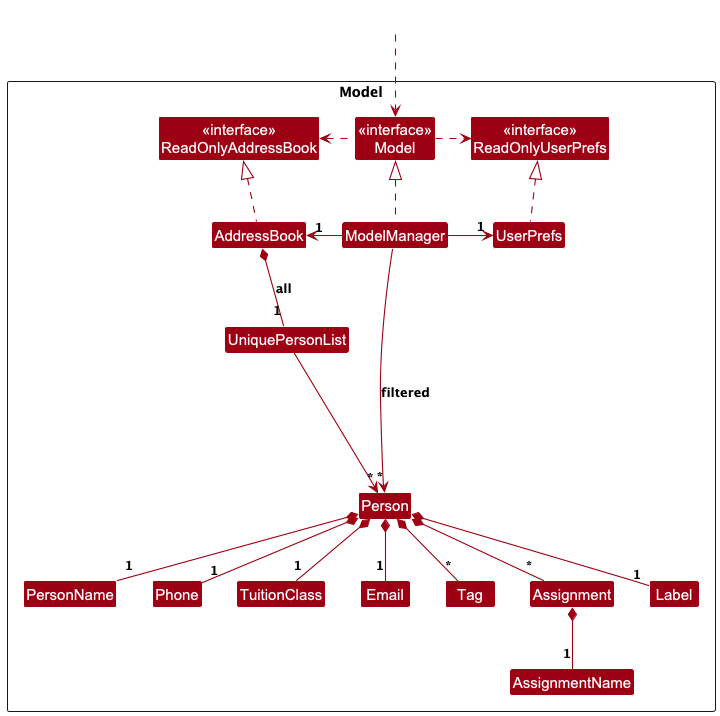
Above: docs/images/ModelClassDiagram.png in AY2526S1-CS2103T-W14-1/tp (PlantUML), before the change.
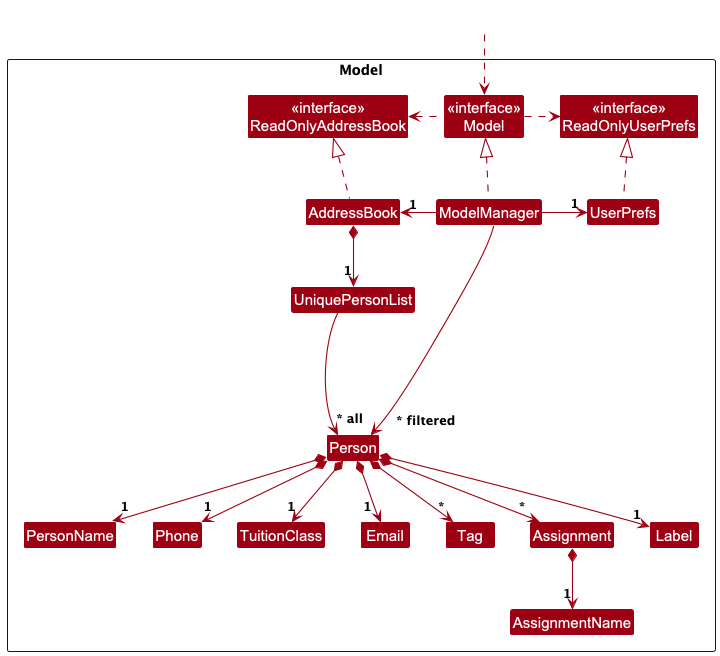
The same diagram one commit later.

Change to the diagram source:
```diff
@@ -35,22 +35,34 @@
 ModelManager -right-> "1" UserPrefs
 UserPrefs .up.|> ReadOnlyUserPrefs
 
-AddressBook *-- "1" UniquePersonList : all
-UniquePersonList --> "*" Person
-Person *-- "1" PersonName
-Person *-- "1" Phone
-Person *-- "1" Email
-Person *-- "1" TuitionClass
-Person *-- "*" Tag
-Person *-- "*" Assignment
-Person *-- "1" Label
-Assignment *-- "1" AssignmentName
+AddressBook *-[hidden]-> "      1" UniquePersonList
+AddressBook *-[hidden]-> "      1" UniquePersonList
+AddressBook *--> " 1" UniquePersonList
+AddressBook *-[hidden]-> "      1" UniquePersonList
+AddressBook *-[hidden]-> "      1" UniquePersonList
 
-ModelManager --> "*" Person : filtered
+UniquePersonList -[hidden]-> "~* all" Person
+UniquePersonList --> "~* all" Person
+UniquePersonList -[hidden]-> "~* all" Person
+
+UniquePersonList -[hidden]-> "~* all" Person
+UniquePersonList -[hidden]-> "~* all" Person
+
+Person *--> "1" PersonName
+Person *--> "1" Phone
+Person *--> "        1" Email
+Person *--> "1" TuitionClass
+Person *--> "*" Tag
+Person *--> "*" Assignment
+Person *--> "1" Label
+Assignment *--> "1" AssignmentName
+
+ModelManager -[hidden]-> "~* filtered" Person
 
 Person -[hidden]up--> I
 UniquePersonList -[hidden]right-> I
 PersonName -[hidden]right-> Phone
 Phone -[hidden]right-> TuitionClass
 TuitionClass -[hidden]right-> Email
+ModelManager --> "  ~* filtered" Person
 @enduml
```
